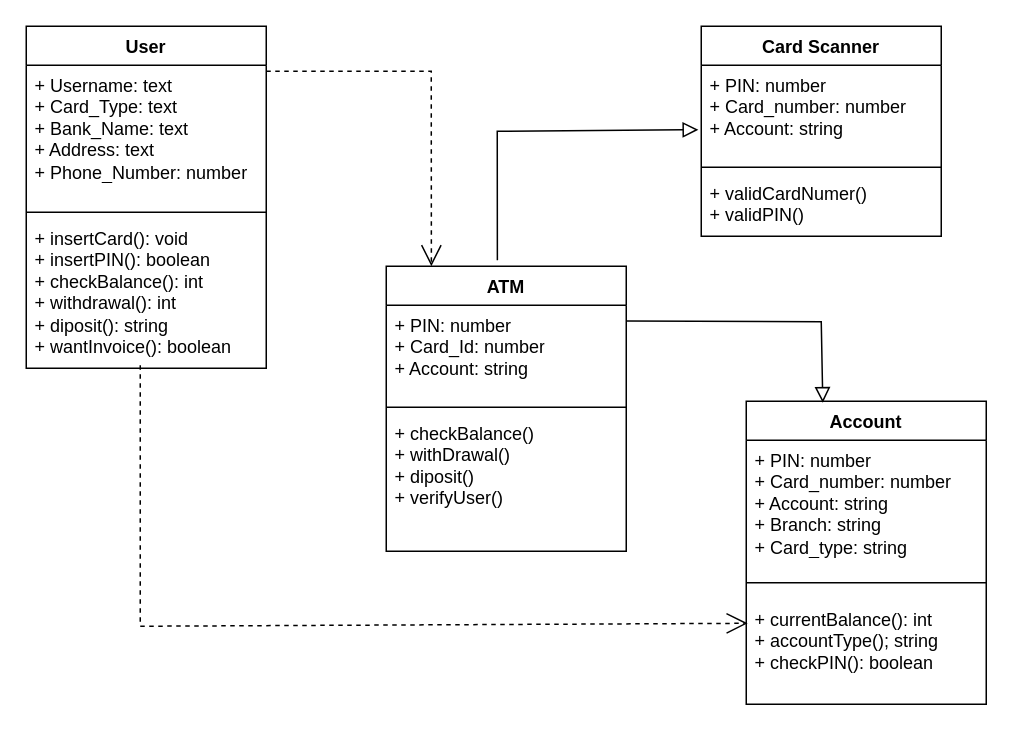
Above: ATMClassDiagram.drawio in asthanegi14/Software_Engineering (draw.io), before the change. Source tidied: cells renumbered, new cells numbered last; positions are measured from the earlier drawing's top-left corner, leaving out a move shared by most shapes. Both pictures are drawn from the tidied source at 150%, with x=0, y=0 at pixel (26, 26).
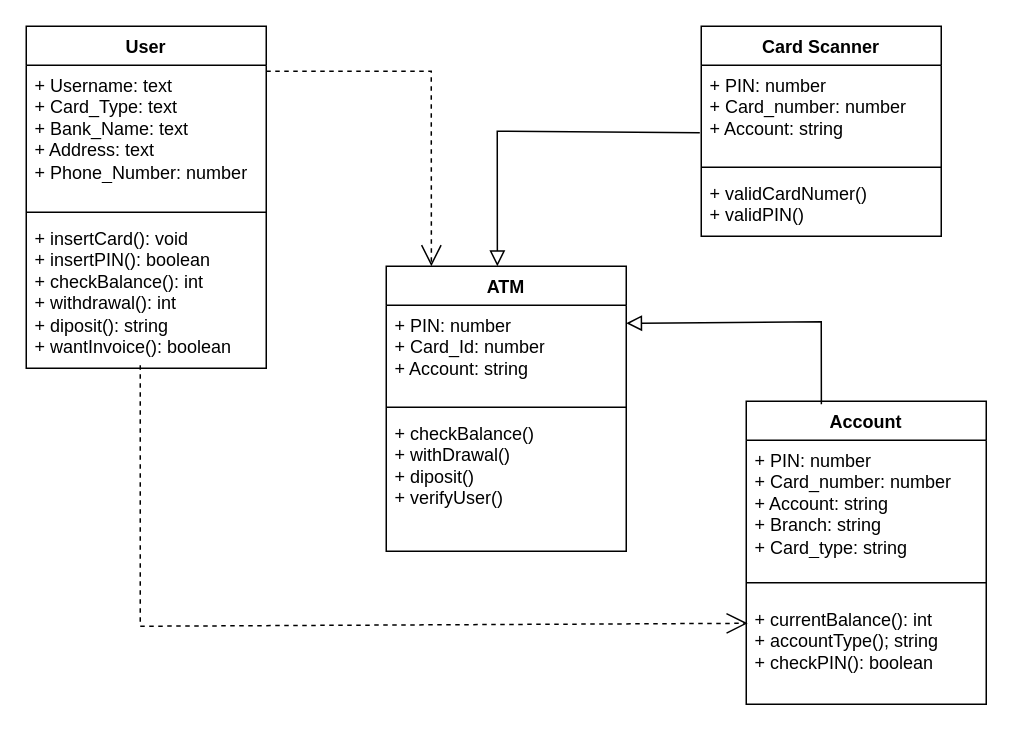
Above is the later version.

The change refers to these unchanged cells:
```xml
<mxCell id="6" value="ATM" style="swimlane;fontStyle=1;align=center;verticalAlign=top;horizontal=1;startSize=26;whiteSpace=wrap;html=1;" parent="1" vertex="1">
  <mxGeometry x="240" y="160" width="160" height="190" as="geometry" />
</mxCell>
<mxCell id="7" value="+ PIN: number&lt;br&gt;+ Card_Id: number&lt;br&gt;+ Account: string" style="text;strokeColor=none;fillColor=none;align=left;verticalAlign=top;spacingLeft=4;spacingRight=4;overflow=hidden;points=[[0,0.5],[1,0.5]];portConstraint=eastwest;whiteSpace=wrap;html=1;" parent="6" vertex="1">
  <mxGeometry y="26" width="160" height="64" as="geometry" />
</mxCell>
<mxCell id="11" value="+ PIN: number&lt;br&gt;+ Card_number: number&lt;br&gt;+ Account: string" style="text;strokeColor=none;fillColor=none;align=left;verticalAlign=top;spacingLeft=4;spacingRight=4;overflow=hidden;points=[[0,0.5],[1,0.5]];portConstraint=eastwest;whiteSpace=wrap;html=1;" parent="10" vertex="1">
  <mxGeometry y="26" width="160" height="64" as="geometry" />
</mxCell>
<mxCell id="14" value="Account" style="swimlane;fontStyle=1;align=center;verticalAlign=top;horizontal=1;startSize=26;whiteSpace=wrap;html=1;" parent="1" vertex="1">
  <mxGeometry x="480" y="250" width="160" height="202" as="geometry" />
</mxCell>
```

Change to the diagram source:
```diff
@@
-    <mxCell id="18" style="endArrow=block;html=1;rounded=0;align=center;verticalAlign=bottom;endFill=0;labelBackgroundColor=none;endSize=8;exitX=0.463;exitY=-0.021;exitDx=0;exitDy=0;exitPerimeter=0;entryX=-0.012;entryY=0.672;entryDx=0;entryDy=0;entryPerimeter=0;" parent="1" edge="1" source="6" target="11">
+    <mxCell id="18" style="endArrow=block;html=1;rounded=0;align=center;verticalAlign=bottom;endFill=0;labelBackgroundColor=none;endSize=8;exitX=-0.006;exitY=0.703;exitDx=0;exitDy=0;exitPerimeter=0;entryX=0.463;entryY=0;entryDx=0;entryDy=0;entryPerimeter=0;" parent="1" edge="1" source="11" target="6">
       <mxGeometry relative="1" as="geometry">
         <Array as="points">
           <mxPoint x="314" y="70" />
         </Array>
       </mxGeometry>
     </mxCell>
@@
-    <mxCell id="20" style="endArrow=block;html=1;rounded=0;align=center;verticalAlign=bottom;endFill=0;labelBackgroundColor=none;endSize=8;exitX=0.463;exitY=-0.021;exitDx=0;exitDy=0;exitPerimeter=0;entryX=0.319;entryY=0.005;entryDx=0;entryDy=0;entryPerimeter=0;" parent="1" edge="1" target="14">
+    <mxCell id="20" style="endArrow=block;html=1;rounded=0;align=center;verticalAlign=bottom;endFill=0;labelBackgroundColor=none;endSize=8;exitX=0.313;exitY=0.01;exitDx=0;exitDy=0;exitPerimeter=0;entryX=1;entryY=0.188;entryDx=0;entryDy=0;entryPerimeter=0;" parent="1" edge="1" source="14" target="7">
       <mxGeometry relative="1" as="geometry">
-        <mxPoint x="400" y="196.5" as="sourcePoint" />
         <Array as="points">
           <mxPoint x="530" y="197" />
         </Array>
       </mxGeometry>
     </mxCell>
```
